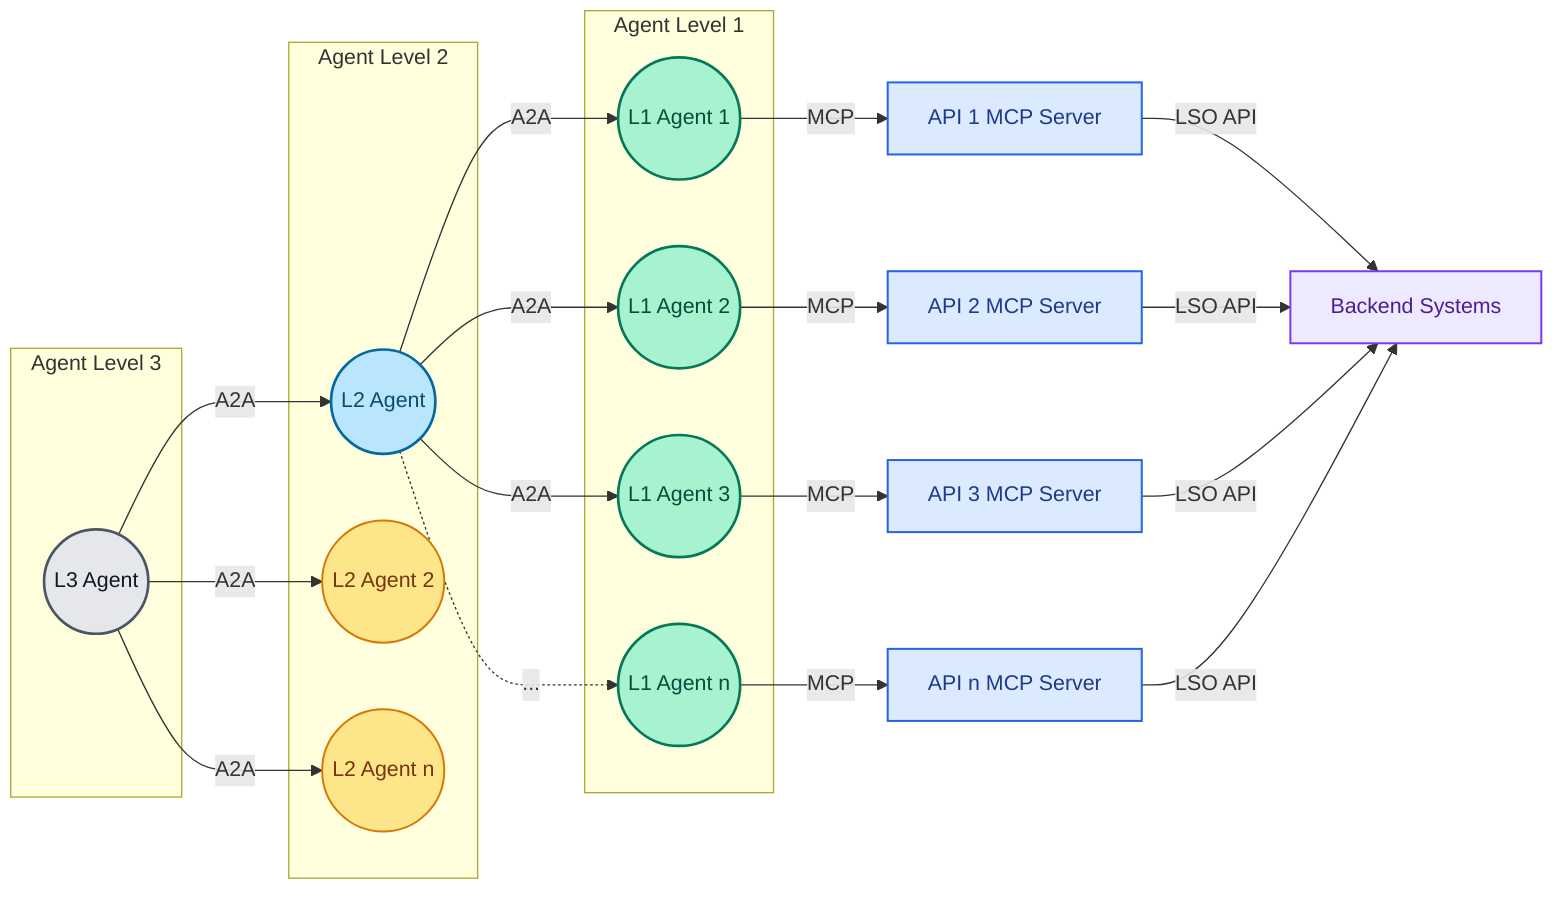
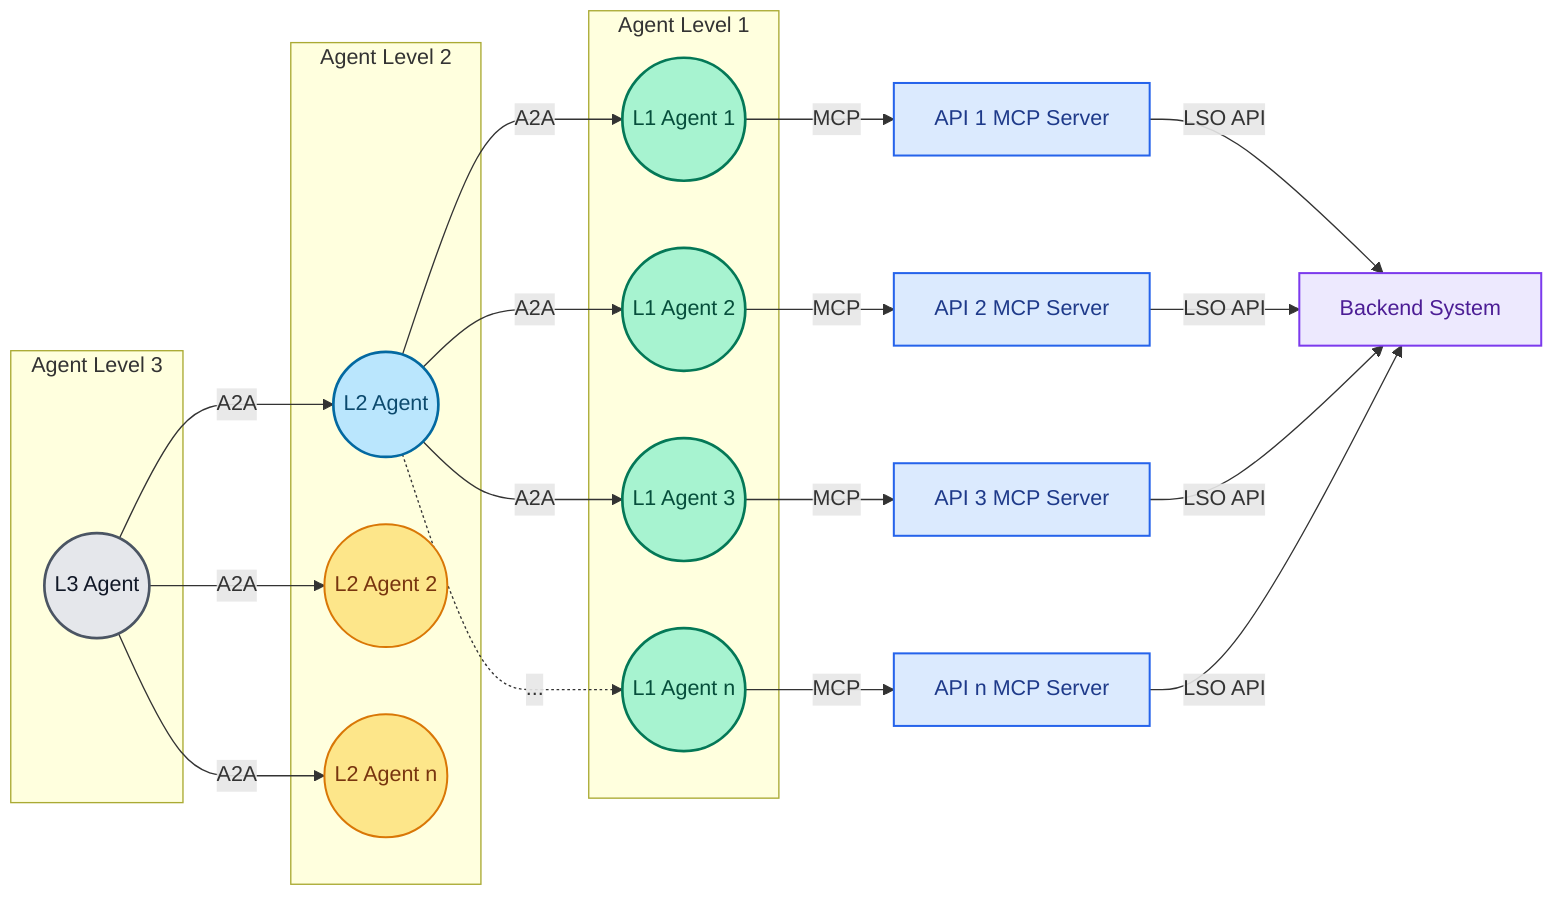
flowchart LR
    subgraph L3["Agent Level 3"]
        BuyerAgent((L3 Agent))
    end

    subgraph L2["Agent Level 2"]
        SellerAgent((L2 Agent))
        SellerAgent2((L2 Agent 2))
        SellerAgent3((L2 Agent n))
    end

    subgraph L1["Agent Level 1"]
        SA1((L1 Agent 1))
        SA2((L1 Agent 2))
        SA3((L1 Agent 3))
        SAn((L1 Agent n))
    end

    BuyerAgent -->|A2A| SellerAgent
    BuyerAgent -->|A2A| SellerAgent2
    BuyerAgent -->|A2A| SellerAgent3

    SellerAgent -->|A2A| SA1
    SellerAgent -->|A2A| SA2
    SellerAgent -->|A2A| SA3
    SellerAgent -.->|...| SAn

    SA1 -->|MCP| MCP1[API 1 MCP Server]
    SA2 -->|MCP| MCP2[API 2 MCP Server]
    SA3 -->|MCP| MCP3[API 3 MCP Server]
    SAn -->|MCP| MCPn[API n MCP Server]

-     MCP1 -->|LSO API| BSE[Backend Systems]
+     MCP1 -->|LSO API| BSE[Backend System]
    MCP2 -->|LSO API| BSE
    MCP3 -->|LSO API| BSE
    MCPn -->|LSO API| BSE

    classDef actor fill:#e5e7eb,stroke:#4b5563,color:#111827,stroke-width:2px;
    classDef agent fill:#bae6fd,stroke:#0369a1,color:#0c4a6e,stroke-width:2px;
    classDef subagent fill:#a7f3d0,stroke:#047857,color:#064e3b,stroke-width:2px;
    classDef mcp fill:#dbeafe,stroke:#2563eb,color:#1e3a8a,stroke-width:1.5px;
    classDef backend fill:#ede9fe,stroke:#7c3aed,color:#4c1d95,stroke-width:1.5px;
    classDef sellerOther fill:#fde68a,stroke:#d97706,color:#78350f,stroke-width:1.5px;

    class BuyerAgent actor;
    class SellerAgent agent;
    class SellerAgent2,SellerAgent3 sellerOther;
    class SA1,SA2,SA3,SAn subagent;
    class MCP1,MCP2,MCP3,MCPn mcp;
    class BSE backend;
